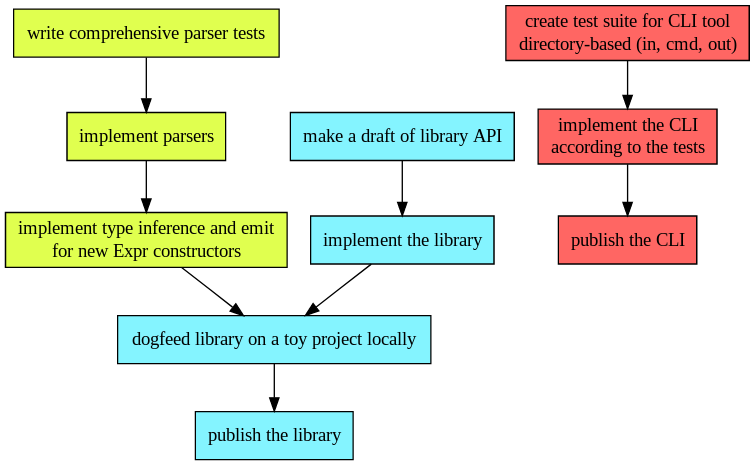
elm-in-elm/compiler keeps this Graphviz diagram as assets/roadmap.png. Above is the earlier version. Its source is kept beside it as assets/roadmap.dot.
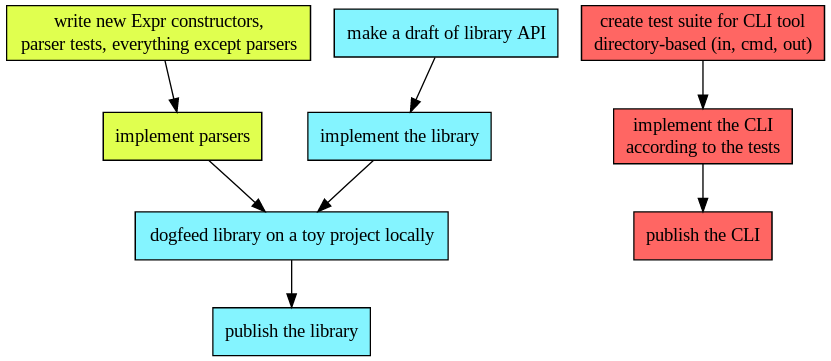
Above is the later version.

Commit message:
Make roadmap a bit more precise

What changed in the source:
```diff
@@ -4,9 +4,8 @@
 
     {
         node[style=filled,fillcolor="#e0ff4f"]
-        A[label="write comprehensive parser tests"]
+        A[label="write new Expr constructors,\nparser tests, everything except parsers"]
         B[label="implement parsers"]
-        C[label="implement type inference and emit\nfor new Expr constructors"]
     }
 
     {
@@ -20,15 +19,15 @@
 
     {
         node[style=filled,fillcolor="#ff6663"]
+        K[label="create test suite for CLI tool\ndirectory-based (in, cmd, out)"]
         I[label="implement the CLI\naccording to the tests"]
         J[label="publish the CLI"]
-        K[label="create test suite for CLI tool\ndirectory-based (in, cmd, out)"]
     }
 
-    A -> B -> C
-    C -> L
+    A -> B -> L
+
     F -> G -> L -> H
-    I -> J
-    K -> I
+
+    K -> I -> J
 
 }
```
